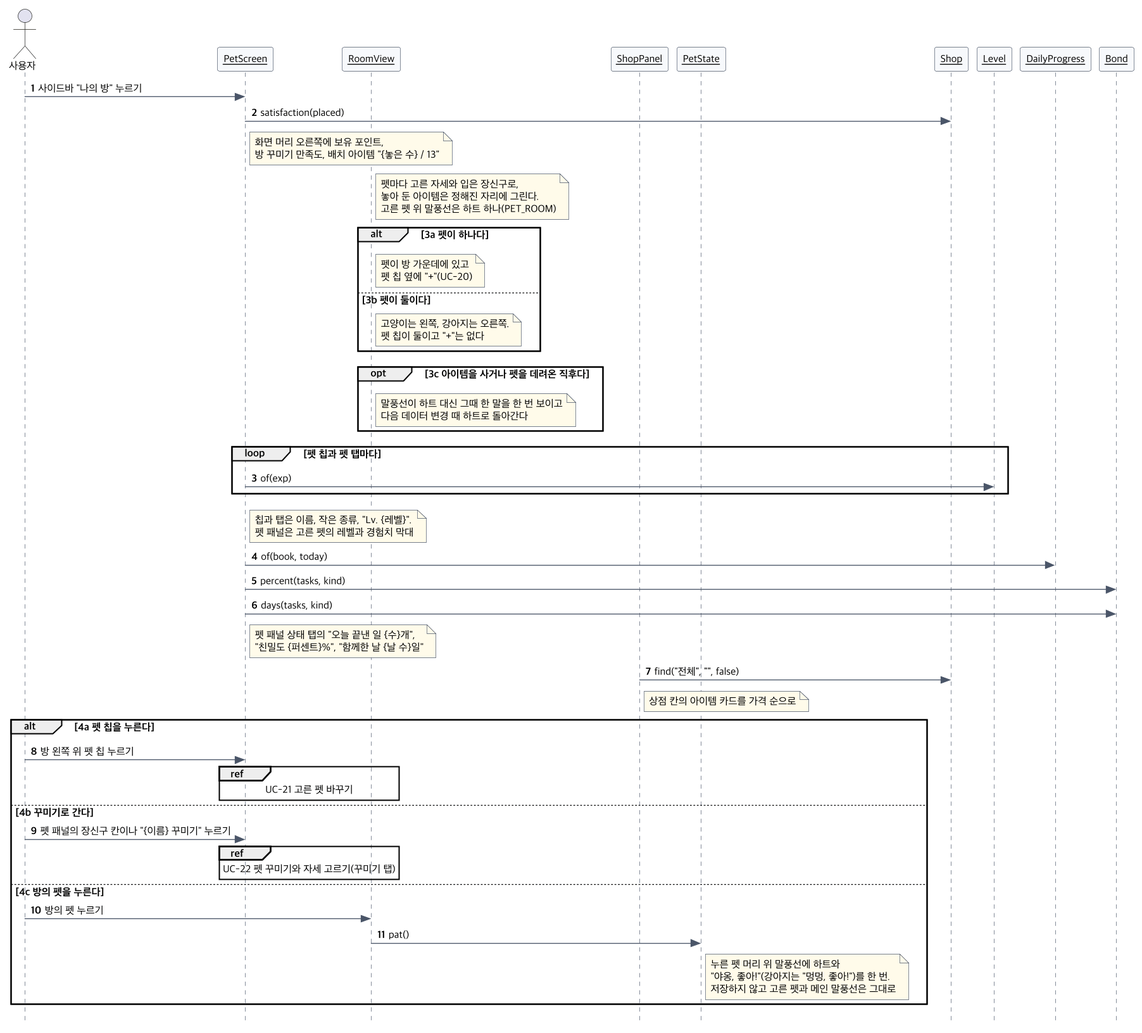
The PlantUML diagram docs/diagrams/seq-uc14.png in 2026-2-software-system-design-11/planning-pet-app, before a commit. Its diagram source:
```plantuml
@startuml seq-uc14
!include seq-common.iuml
actor 사용자
$obj(PetScreen)
$obj(RoomView)
$obj(ShopPanel)
$obj(PetState)
$obj(Shop)
$obj(Level)
$obj(DailyProgress)
$obj(Bond)
사용자 -> PetScreen : 사이드바 "나의 방" 누르기
PetScreen -> Shop : satisfaction(placed)
note right of PetScreen : 화면 머리 오른쪽에 보유 포인트,\n방 꾸미기 만족도, 배치 아이템 "{놓은 수} / 13"
note right of RoomView : 펫마다 고른 자세와 입은 장신구로,\n놓아 둔 아이템은 정해진 자리에 그린다.\n고른 펫 위 말풍선은 하트 하나(PET_ROOM)
alt 3a 펫이 하나다
  note right of RoomView : 펫이 방 가운데에 있고\n펫 칩 옆에 "+"(UC-20)
else 3b 펫이 둘이다
  note right of RoomView : 고양이는 왼쪽, 강아지는 오른쪽.\n펫 칩이 둘이고 "+"는 없다
end
opt 3c 아이템을 사거나 펫을 데려온 직후다
  note right of RoomView : 말풍선이 하트 대신 그때 한 말을 한 번 보이고\n다음 데이터 변경 때 하트로 돌아간다
end
loop 펫 칩과 펫 탭마다
  PetScreen -> Level : of(exp)
end
note right of PetScreen : 칩과 탭은 이름, 작은 종류, "Lv. {레벨}".\n펫 패널은 고른 펫의 레벨과 경험치 막대
PetScreen -> DailyProgress : of(book, today)
PetScreen -> Bond : percent(tasks, kind)
PetScreen -> Bond : days(tasks, kind)
note right of PetScreen : 펫 패널 상태 탭의 "오늘 끝낸 일 {수}개",\n"친밀도 {퍼센트}%", "함께한 날 {날 수}일"
ShopPanel -> Shop : find("전체", "", false)
note right of ShopPanel : 상점 칸의 아이템 카드를 가격 순으로
alt 4a 펫 칩을 누른다
  사용자 -> PetScreen : 방 왼쪽 위 펫 칩 누르기
  ref over PetScreen, RoomView : UC-21 고른 펫 바꾸기
else 4b 꾸미기로 간다
  사용자 -> PetScreen : 펫 패널의 장신구 칸이나 "{이름} 꾸미기" 누르기
  ref over PetScreen, RoomView : UC-22 펫 꾸미기와 자세 고르기(꾸미기 탭)
else 4c 방의 펫을 누른다
  사용자 -> RoomView : 방의 펫 누르기
  RoomView -> PetState : pat()
  note right of PetState : 누른 펫 머리 위 말풍선에 하트와\n"야옹, 좋아!"(강아지는 "멍멍, 좋아!")를 한 번.\n저장하지 않고 고른 펫과 메인 말풍선은 그대로
end
@enduml
```
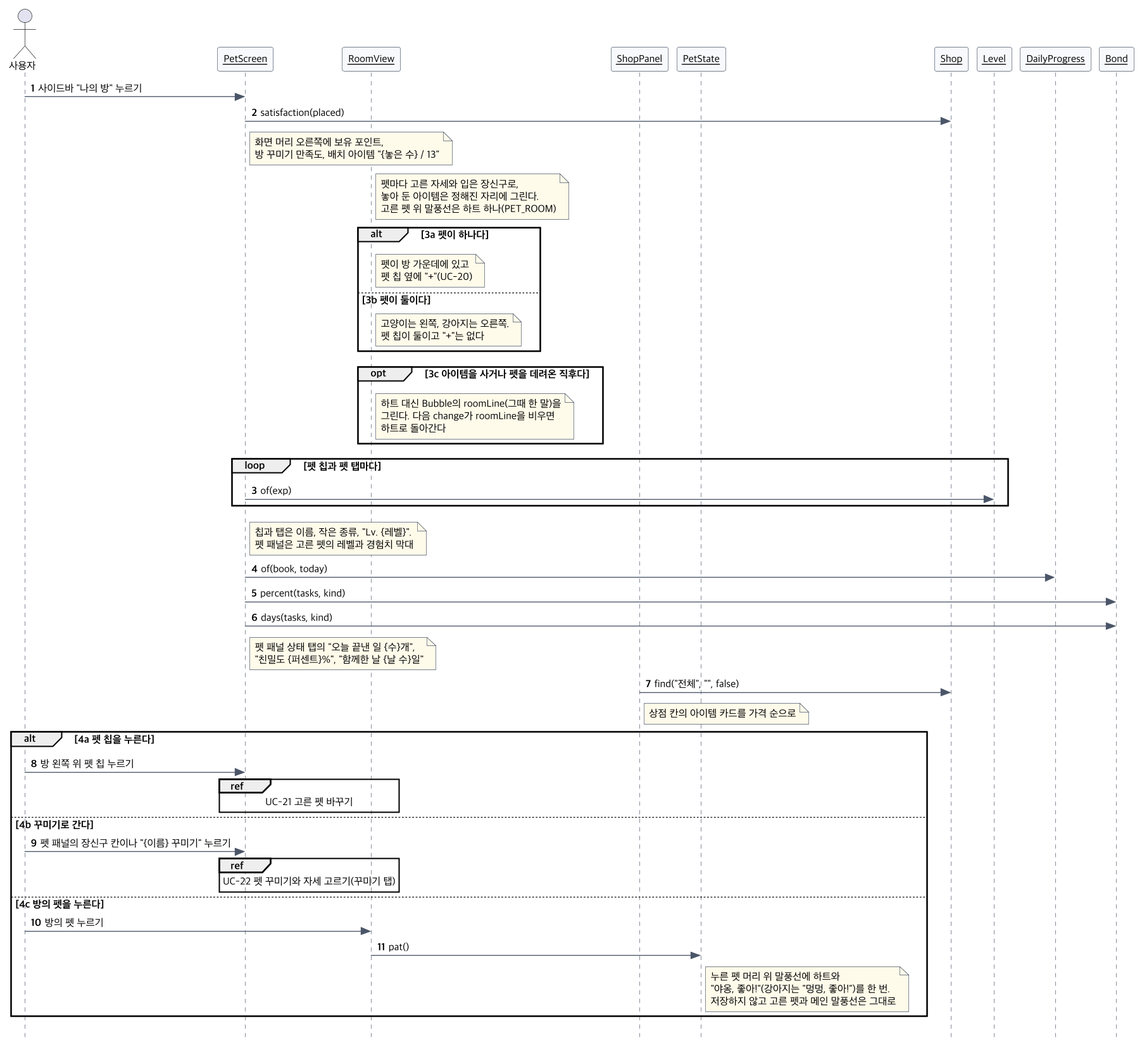
After the change.

Diff of the diagram source:
```diff
@@ -19,7 +19,7 @@
   note right of RoomView : 고양이는 왼쪽, 강아지는 오른쪽.\n펫 칩이 둘이고 "+"는 없다
 end
 opt 3c 아이템을 사거나 펫을 데려온 직후다
-  note right of RoomView : 말풍선이 하트 대신 그때 한 말을 한 번 보이고\n다음 데이터 변경 때 하트로 돌아간다
+  note right of RoomView : 하트 대신 Bubble의 roomLine(그때 한 말)을\n그린다. 다음 change가 roomLine을 비우면\n하트로 돌아간다
 end
 loop 펫 칩과 펫 탭마다
   PetScreen -> Level : of(exp)
```
